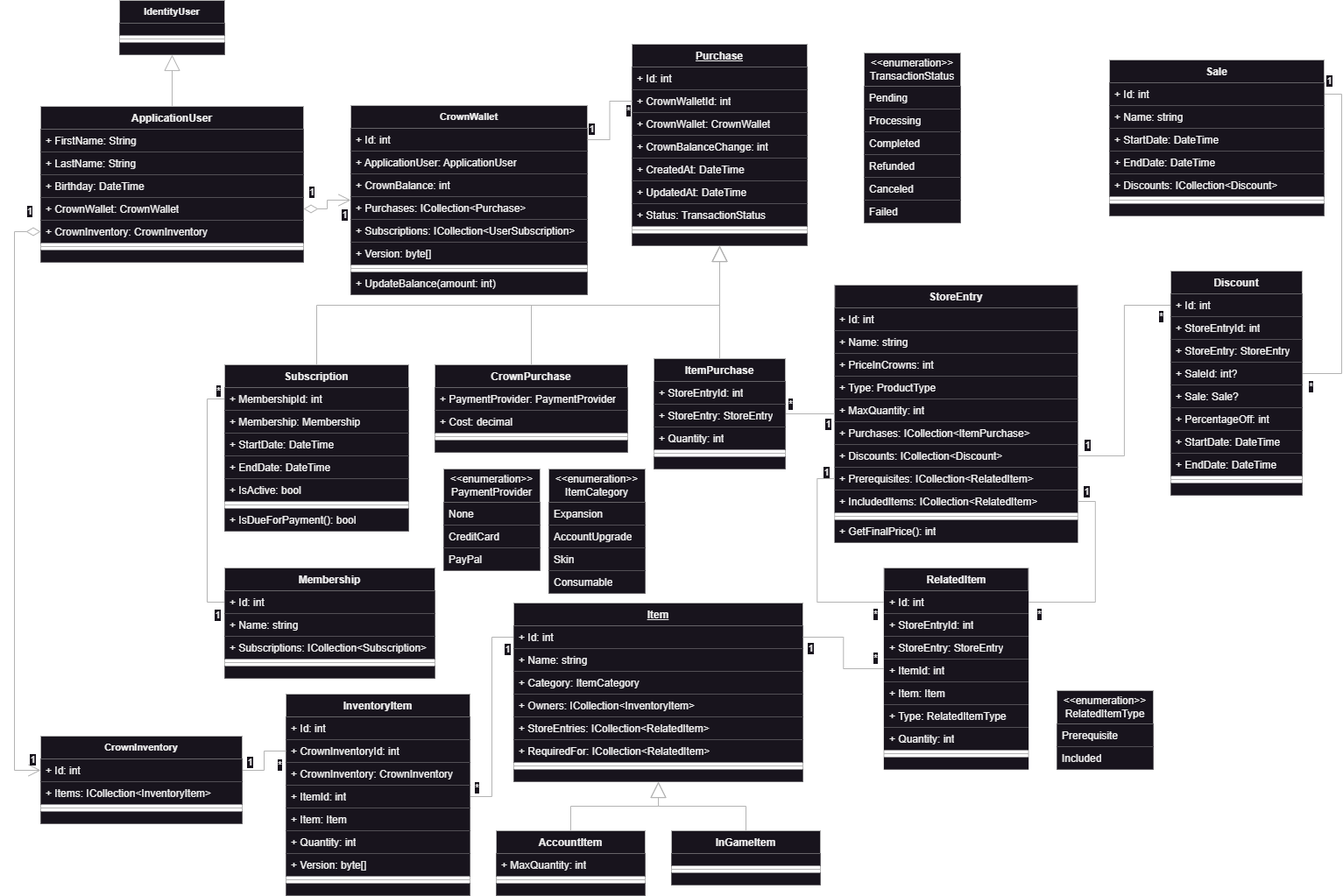
Above: ClassDiagram.png in rpeixe/AspNetCore-MvcStore (draw.io), before the change. Source tidied: cells renumbered, new cells last; positions are measured from the earlier drawing's top-left corner, leaving out a move shared by most shapes.
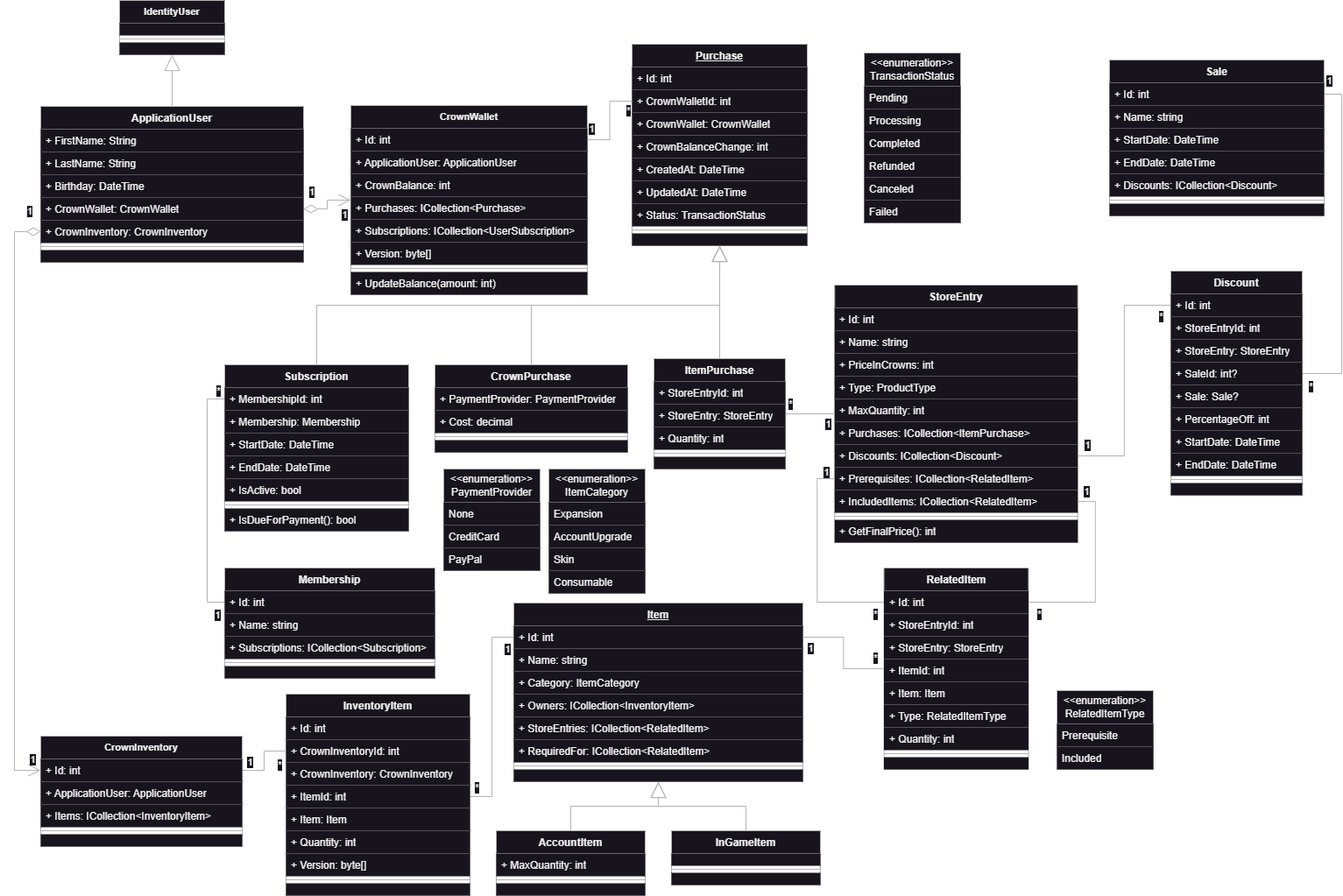
After the change.

Commit message:
Added user reference to inventory

What changed in the source:
```diff
@@ -532,19 +532,22 @@
       </mxGeometry>
     </mxCell>
     <mxCell id="169" value="CrownInventory" style="swimlane;fontStyle=1;align=center;verticalAlign=top;horizontal=1;startSize=26;whiteSpace=wrap;html=1;fontFamily=Helvetica;fontSize=11;fontColor=default;labelBackgroundColor=default;fillColor=default;strokeColor=#B3B3B3;" parent="1" vertex="1">
-      <mxGeometry x="30" y="840" width="230" height="100" as="geometry" />
+      <mxGeometry x="30" y="840" width="230" height="126" as="geometry" />
     </mxCell>
     <mxCell id="170" value="+ Id: int" style="text;strokeColor=none;fillColor=default;align=left;verticalAlign=top;spacingLeft=4;spacingRight=4;overflow=hidden;points=[[0,0.5],[1,0.5]];portConstraint=eastwest;whiteSpace=wrap;html=1;" parent="169" vertex="1">
       <mxGeometry y="26" width="230" height="26" as="geometry" />
     </mxCell>
+    <mxCell id="191" value="+ ApplicationUser: ApplicationUser" style="text;strokeColor=none;fillColor=default;align=left;verticalAlign=top;spacingLeft=4;spacingRight=4;overflow=hidden;whiteSpace=wrap;html=1;" parent="169" vertex="1">
+      <mxGeometry y="52" width="230" height="26" as="geometry" />
+    </mxCell>
     <mxCell id="171" value="+ Items: ICollection&amp;lt;InventoryItem&amp;gt;" style="text;strokeColor=none;fillColor=default;align=left;verticalAlign=top;spacingLeft=4;spacingRight=4;overflow=hidden;whiteSpace=wrap;html=1;" parent="169" vertex="1">
-      <mxGeometry y="52" width="230" height="26" as="geometry" />
+      <mxGeometry y="78" width="230" height="26" as="geometry" />
     </mxCell>
     <mxCell id="172" style="line;strokeWidth=1;fillColor=default;align=left;verticalAlign=middle;spacingTop=-1;spacingLeft=3;spacingRight=3;labelPosition=right;strokeColor=inherit;fontFamily=Helvetica;fontSize=11;fontColor=default;labelBackgroundColor=default;" parent="169" vertex="1">
-      <mxGeometry y="78" width="230" height="8" as="geometry" />
+      <mxGeometry y="104" width="230" height="8" as="geometry" />
     </mxCell>
     <mxCell id="173" style="text;strokeColor=none;fillColor=default;align=left;verticalAlign=middle;spacingTop=-1;spacingLeft=4;spacingRight=4;labelPosition=right;" parent="169" vertex="1">
-      <mxGeometry y="86" width="230" height="14" as="geometry" />
+      <mxGeometry y="112" width="230" height="14" as="geometry" />
     </mxCell>
     <mxCell id="174" style="edgeStyle=orthogonalEdgeStyle;shape=connector;rounded=0;jettySize=auto;html=1;exitX=0;exitY=0.5;exitDx=0;exitDy=0;entryX=1;entryY=0.5;entryDx=0;entryDy=0;strokeColor=#B3B3B3;align=center;verticalAlign=middle;fontFamily=Helvetica;fontSize=11;fontColor=default;labelBackgroundColor=default;endArrow=none;" parent="1" edge="1" source="84" target="153">
       <mxGeometry relative="1" as="geometry" />
```
